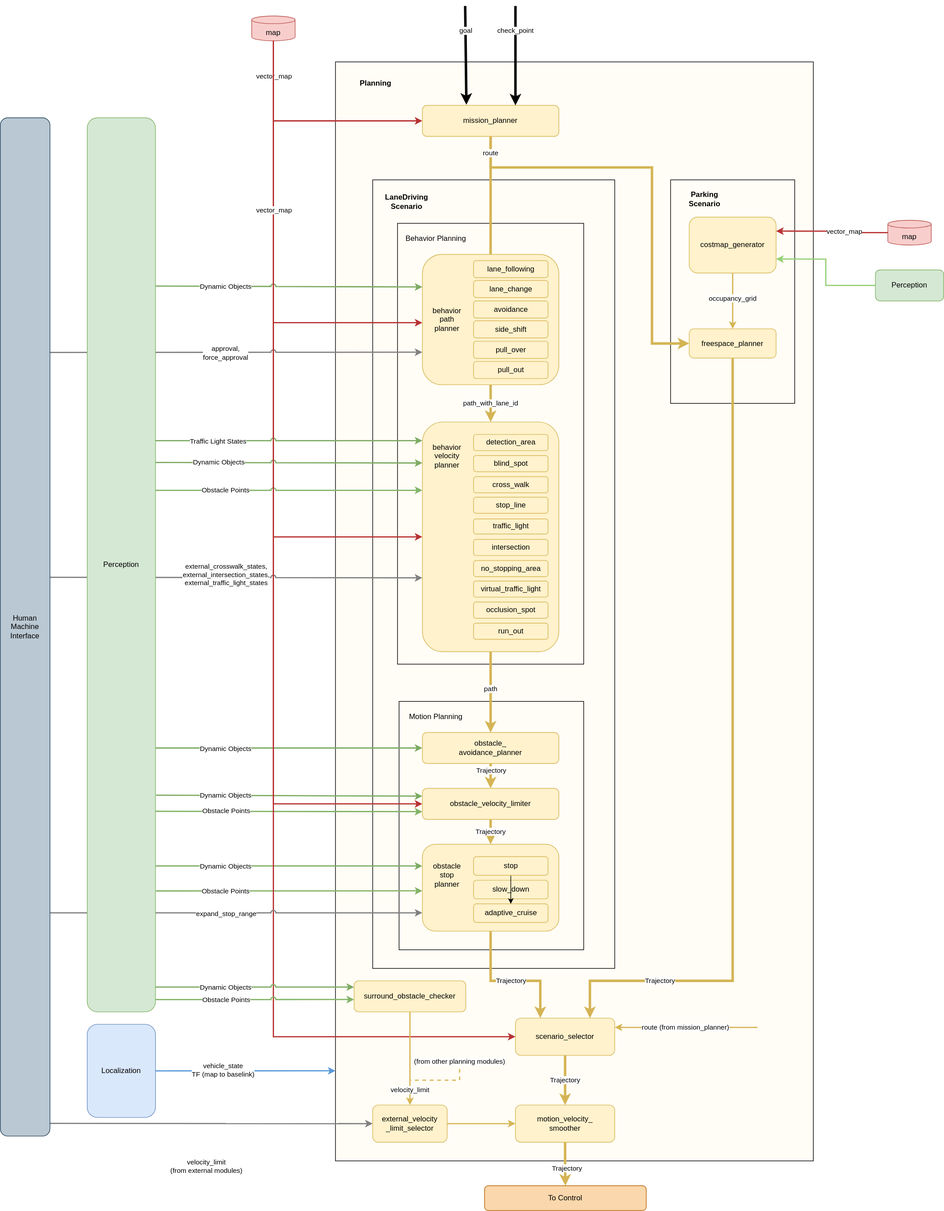
Before: pr-279/design/autoware-architecture/planning/image/planning-diagram.drawio.svg, a diagram exported from draw.io (youtalk/autoware-documentation). Source tidied: cells renumbered, new cells last; positions are measured from the earlier drawing's top-left corner, leaving out a move shared by most shapes.
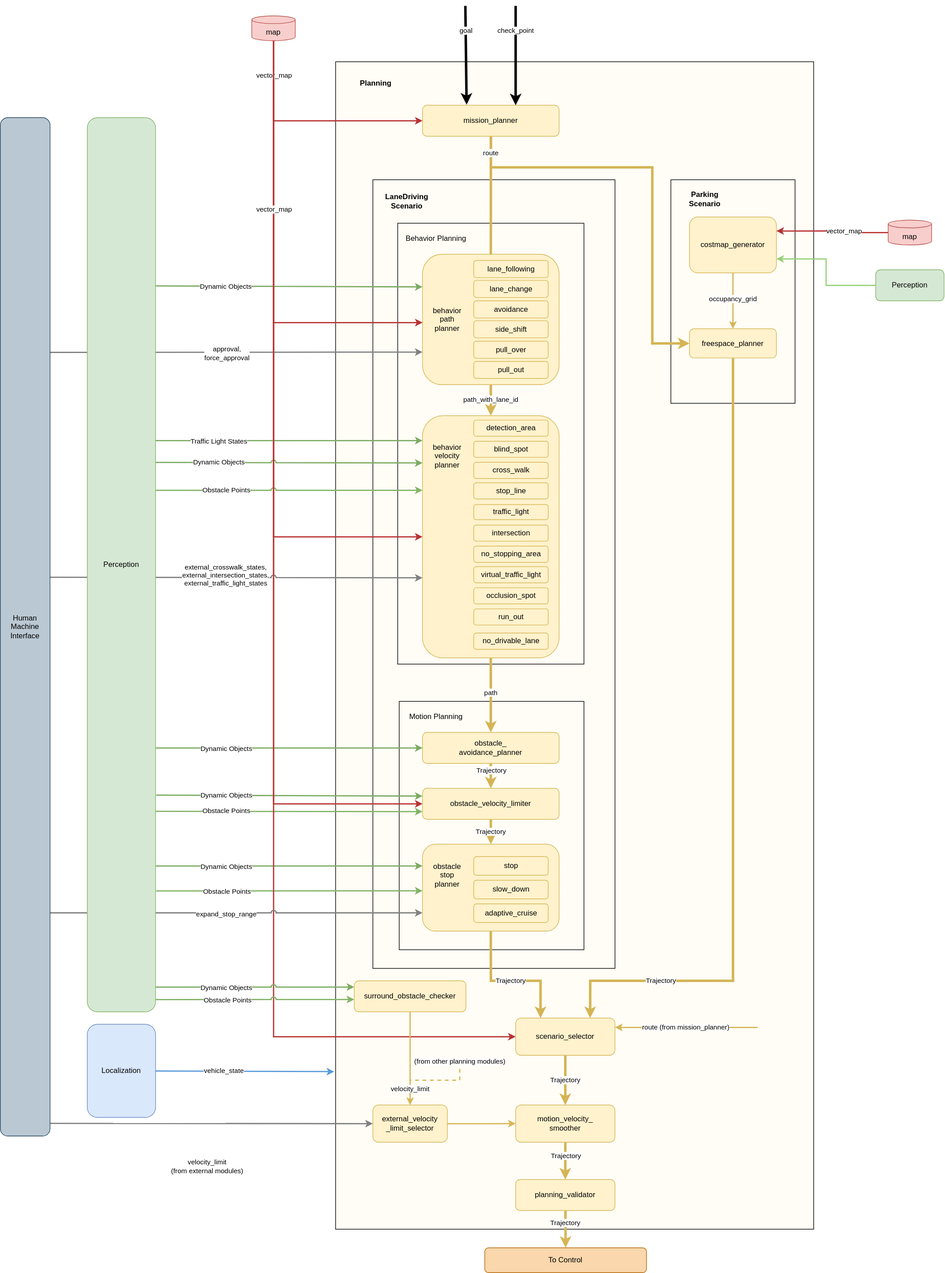
Above is the later version.

Change to the diagram source:
```diff
@@ -3,7 +3,7 @@
     <mxCell id="0" />
     <mxCell id="1" parent="0" />
     <mxCell id="2" style="rounded=0;whiteSpace=wrap;html=1;sketch=0;verticalAlign=top;fillColor=#FFFDF5;" parent="1" vertex="1">
-      <mxGeometry x="540" y="90" width="770" height="1770" as="geometry" />
+      <mxGeometry x="540" y="90" width="770" height="1880" as="geometry" />
     </mxCell>
     <mxCell id="3" style="rounded=0;whiteSpace=wrap;html=1;sketch=0;verticalAlign=top;fillColor=none;" parent="1" vertex="1">
       <mxGeometry x="600" y="280" width="390" height="1270" as="geometry" />
@@ -47,7 +47,7 @@
       <mxGeometry x="-0.08" relative="1" as="geometry" />
     </mxCell>
     <mxCell id="14" style="rounded=1;whiteSpace=wrap;html=1;comic=0;fillColor=#fff2cc;strokeColor=#d6b656;verticalAlign=top;sketch=0;shadow=0;" parent="1" vertex="1">
-      <mxGeometry x="680" y="670" width="220" height="370" as="geometry" />
+      <mxGeometry x="680" y="660" width="220" height="390" as="geometry" />
     </mxCell>
     <mxCell id="15" value="Trajectory" style="edgeStyle=none;rounded=0;comic=0;jettySize=auto;html=1;entryX=0.5;entryY=0;entryDx=0;entryDy=0;startArrow=none;startFill=0;strokeColor=#D4B455;strokeWidth=4;" parent="1" edge="1" source="16" target="18">
       <mxGeometry x="-0.4" y="1" relative="1" as="geometry" />
@@ -83,13 +83,13 @@
     <mxCell id="23" value="scenario_selector" style="rounded=1;whiteSpace=wrap;html=1;comic=0;fillColor=#fff2cc;strokeColor=#d6b656;sketch=0;shadow=0;" parent="1" vertex="1">
       <mxGeometry x="830" y="1630" width="160" height="60" as="geometry" />
     </mxCell>
-    <mxCell id="24" style="edgeStyle=orthogonalEdgeStyle;rounded=0;comic=0;jettySize=auto;html=1;strokeWidth=4;strokeColor=#D4B455;" parent="1" edge="1" source="26">
-      <mxGeometry relative="1" as="geometry">
-        <mxPoint x="910.5" y="1900" as="targetPoint" />
-      </mxGeometry>
+    <mxCell id="24" style="edgeStyle=orthogonalEdgeStyle;rounded=0;comic=0;jettySize=auto;html=1;strokeWidth=4;strokeColor=#D4B455;entryX=0.5;entryY=0;entryDx=0;entryDy=0;" parent="1" edge="1" source="26" target="116">
+      <mxGeometry relative="1" as="geometry" />
     </mxCell>
     <mxCell id="25" value="&lt;font color=&quot;#000000&quot;&gt;Trajectory&lt;/font&gt;" style="edgeLabel;html=1;align=center;verticalAlign=middle;fontColor=#666666;" parent="24" vertex="1">
-      <mxGeometry x="0.16" y="2" relative="1" as="geometry" />
+      <mxGeometry x="0.16" y="2" relative="1" as="geometry">
+        <mxPoint x="-2" y="-15" as="offset" />
+      </mxGeometry>
     </mxCell>
     <mxCell id="26" value="motion_velocity_&lt;br&gt;smoother" style="rounded=1;whiteSpace=wrap;html=1;comic=0;fillColor=#fff2cc;strokeColor=#d6b656;sketch=0;shadow=0;" parent="1" vertex="1">
       <mxGeometry x="830" y="1770" width="160" height="60" as="geometry" />
@@ -145,9 +145,6 @@
     <mxCell id="38" value="adaptive_cruise" style="rounded=1;whiteSpace=wrap;html=1;comic=0;fillColor=#fff2cc;strokeColor=#d6b656;sketch=0;shadow=0;" parent="1" vertex="1">
       <mxGeometry x="762.5" y="1446" width="120" height="30" as="geometry" />
     </mxCell>
-    <mxCell id="39" style="edgeStyle=orthogonalEdgeStyle;rounded=0;jettySize=auto;html=1;" parent="1" edge="1" source="40" target="38">
-      <mxGeometry relative="1" as="geometry" />
-    </mxCell>
     <mxCell id="40" value="stop" style="rounded=1;whiteSpace=wrap;html=1;comic=0;fillColor=#fff2cc;strokeColor=#d6b656;sketch=0;shadow=0;" parent="1" vertex="1">
       <mxGeometry x="762.5" y="1370" width="120" height="30" as="geometry" />
     </mxCell>
@@ -183,7 +180,7 @@
       </mxGeometry>
     </mxCell>
     <mxCell id="47" value="To Control" style="rounded=1;whiteSpace=wrap;html=1;comic=0;fillColor=#fad7ac;strokeColor=#b46504;sketch=0;shadow=0;" parent="1" vertex="1">
-      <mxGeometry x="780.2" y="1900" width="260.5" height="40" as="geometry" />
+      <mxGeometry x="780.2" y="2000" width="260.5" height="40" as="geometry" />
     </mxCell>
     <mxCell id="48" value="vector_map" style="edgeStyle=orthogonalEdgeStyle;rounded=0;comic=0;jettySize=auto;html=1;entryX=1;entryY=0.25;entryDx=0;entryDy=0;fontColor=#000000;strokeWidth=2;strokeColor=#B83232;exitX=0;exitY=0.5;exitDx=0;exitDy=0;exitPerimeter=0;" parent="1" edge="1" source="66" target="31">
       <mxGeometry x="-0.23" y="-2" relative="1" as="geometry" />
@@ -289,10 +286,10 @@
     <mxCell id="68" value="map" style="shape=cylinder3;whiteSpace=wrap;html=1;boundedLbl=1;backgroundOutline=1;size=6.231516520182296;sketch=0;verticalAlign=top;fillColor=#f8cecc;strokeColor=#b85450;" parent="1" vertex="1">
       <mxGeometry x="405" y="16" width="70" height="40" as="geometry" />
     </mxCell>
-    <mxCell id="69" style="edgeStyle=none;rounded=1;comic=0;jumpStyle=arc;jettySize=auto;html=1;entryX=0;entryY=0.918;entryDx=0;entryDy=0;entryPerimeter=0;fontColor=#000000;strokeWidth=2;strokeColor=#5899DB;" parent="1" edge="1" source="71" target="2">
+    <mxCell id="69" style="edgeStyle=none;rounded=1;comic=0;jumpStyle=arc;jettySize=auto;html=1;entryX=-0.003;entryY=0.865;entryDx=0;entryDy=0;entryPerimeter=0;fontColor=#000000;strokeWidth=2;strokeColor=#5899DB;" parent="1" edge="1" source="71" target="2">
       <mxGeometry relative="1" as="geometry" />
     </mxCell>
-    <mxCell id="70" value="vehicle_state&lt;br&gt;TF (map to baselink)" style="edgeLabel;html=1;align=center;verticalAlign=middle;fontColor=#000000;" parent="69" vertex="1">
+    <mxCell id="70" value="vehicle_state" style="edgeLabel;html=1;align=center;verticalAlign=middle;fontColor=#000000;" parent="69" vertex="1">
       <mxGeometry x="-0.25" y="2" relative="1" as="geometry" />
     </mxCell>
     <mxCell id="71" value="&lt;div style=&quot;text-align: left&quot;&gt;Localization&lt;/div&gt;" style="rounded=1;whiteSpace=wrap;html=1;comic=0;fillColor=#dae8fc;strokeColor=#6c8ebf;sketch=0;shadow=0;" parent="1" vertex="1">
@@ -394,34 +391,34 @@
       <mxGeometry x="762.5" y="572.5" width="120" height="27.5" as="geometry" />
     </mxCell>
     <mxCell id="96" value="blind_spot" style="rounded=1;whiteSpace=wrap;html=1;comic=0;fillColor=#fff2cc;strokeColor=#d6b656;sketch=0;shadow=0;" parent="1" vertex="1">
-      <mxGeometry x="762.5" y="724" width="120" height="26.1" as="geometry" />
+      <mxGeometry x="762.5" y="701" width="120" height="26.1" as="geometry" />
     </mxCell>
     <mxCell id="97" value="cross_walk" style="rounded=1;whiteSpace=wrap;html=1;comic=0;fillColor=#fff2cc;strokeColor=#d6b656;sketch=0;shadow=0;" parent="1" vertex="1">
-      <mxGeometry x="762.5" y="758" width="120" height="26.1" as="geometry" />
+      <mxGeometry x="762.5" y="735" width="120" height="26.1" as="geometry" />
     </mxCell>
     <mxCell id="98" value="stop_line" style="rounded=1;whiteSpace=wrap;html=1;comic=0;fillColor=#fff2cc;strokeColor=#d6b656;sketch=0;shadow=0;" parent="1" vertex="1">
-      <mxGeometry x="762.5" y="791" width="120" height="26.1" as="geometry" />
+      <mxGeometry x="762.5" y="768" width="120" height="26.1" as="geometry" />
     </mxCell>
     <mxCell id="99" value="traffic_light" style="rounded=1;whiteSpace=wrap;html=1;comic=0;fillColor=#fff2cc;strokeColor=#d6b656;sketch=0;shadow=0;" parent="1" vertex="1">
-      <mxGeometry x="762.5" y="826" width="120" height="24.3" as="geometry" />
+      <mxGeometry x="762.5" y="803" width="120" height="24.3" as="geometry" />
     </mxCell>
     <mxCell id="100" value="intersection" style="rounded=1;whiteSpace=wrap;html=1;comic=0;fillColor=#fff2cc;strokeColor=#d6b656;sketch=0;shadow=0;" parent="1" vertex="1">
-      <mxGeometry x="762.5" y="859" width="120" height="26.1" as="geometry" />
+      <mxGeometry x="762.5" y="836" width="120" height="26.1" as="geometry" />
     </mxCell>
     <mxCell id="101" value="detection_area" style="rounded=1;whiteSpace=wrap;html=1;comic=0;fillColor=#fff2cc;strokeColor=#d6b656;sketch=0;shadow=0;" parent="1" vertex="1">
-      <mxGeometry x="762.5" y="690" width="120" height="26.1" as="geometry" />
+      <mxGeometry x="762.5" y="667" width="120" height="26.1" as="geometry" />
     </mxCell>
     <mxCell id="102" value="no_stopping_area" style="rounded=1;whiteSpace=wrap;html=1;comic=0;fillColor=#fff2cc;strokeColor=#d6b656;sketch=0;shadow=0;" parent="1" vertex="1">
-      <mxGeometry x="762.5" y="893" width="120" height="26.1" as="geometry" />
+      <mxGeometry x="762.5" y="870" width="120" height="26.1" as="geometry" />
     </mxCell>
     <mxCell id="103" value="virtual_traffic_light" style="rounded=1;whiteSpace=wrap;html=1;comic=0;fillColor=#fff2cc;strokeColor=#d6b656;sketch=0;shadow=0;" parent="1" vertex="1">
-      <mxGeometry x="762.5" y="926" width="120" height="26.1" as="geometry" />
+      <mxGeometry x="762.5" y="903" width="120" height="26.1" as="geometry" />
     </mxCell>
     <mxCell id="104" value="occlusion_spot" style="rounded=1;whiteSpace=wrap;html=1;comic=0;fillColor=#fff2cc;strokeColor=#d6b656;sketch=0;shadow=0;" parent="1" vertex="1">
-      <mxGeometry x="762.5" y="960" width="120" height="26.1" as="geometry" />
+      <mxGeometry x="762.5" y="937" width="120" height="26.1" as="geometry" />
     </mxCell>
     <mxCell id="105" value="run_out" style="rounded=1;whiteSpace=wrap;html=1;comic=0;fillColor=#fff2cc;strokeColor=#d6b656;sketch=0;shadow=0;" parent="1" vertex="1">
-      <mxGeometry x="762.5" y="993.9" width="120" height="26.1" as="geometry" />
+      <mxGeometry x="762.5" y="970.9" width="120" height="26.1" as="geometry" />
     </mxCell>
     <mxCell id="106" value="check_point" style="endArrow=classic;html=1;entryX=0.5;entryY=0;entryDx=0;entryDy=0;strokeWidth=4;" parent="1" edge="1">
       <mxGeometry x="-0.5" relative="1" as="geometry">
@@ -475,5 +472,14 @@
         <mxPoint x="55" y="3" as="offset" />
       </mxGeometry>
     </mxCell>
+    <mxCell id="115" value="&lt;span style=&quot;color: rgb(0, 0, 0); font-family: Helvetica; font-size: 11px; font-style: normal; font-variant-ligatures: normal; font-variant-caps: normal; font-weight: 400; letter-spacing: normal; orphans: 2; text-align: center; text-indent: 0px; text-transform: none; widows: 2; word-spacing: 0px; -webkit-text-stroke-width: 0px; background-color: rgb(255, 255, 255); text-decoration-thickness: initial; text-decoration-style: initial; text-decoration-color: initial; float: none; display: inline !important;&quot;&gt;Trajectory&lt;/span&gt;" style="edgeStyle=none;html=1;entryX=0.5;entryY=0;entryDx=0;entryDy=0;fillColor=#fff2cc;strokeColor=#d6b656;strokeWidth=4;" parent="1" edge="1" source="116" target="47">
+      <mxGeometry x="-0.33" relative="1" as="geometry" />
+    </mxCell>
+    <mxCell id="116" value="planning_validator" style="rounded=1;whiteSpace=wrap;html=1;comic=0;fillColor=#fff2cc;strokeColor=#d6b656;sketch=0;shadow=0;" parent="1" vertex="1">
+      <mxGeometry x="830" y="1890" width="160" height="50" as="geometry" />
+    </mxCell>
+    <mxCell id="117" value="no_drivable_lane" style="rounded=1;whiteSpace=wrap;html=1;comic=0;fillColor=#fff2cc;strokeColor=#d6b656;sketch=0;shadow=0;" parent="1" vertex="1">
+      <mxGeometry x="762.5" y="1010" width="120" height="26.1" as="geometry" />
+    </mxCell>
   </root>
 </mxGraphModel>
```
